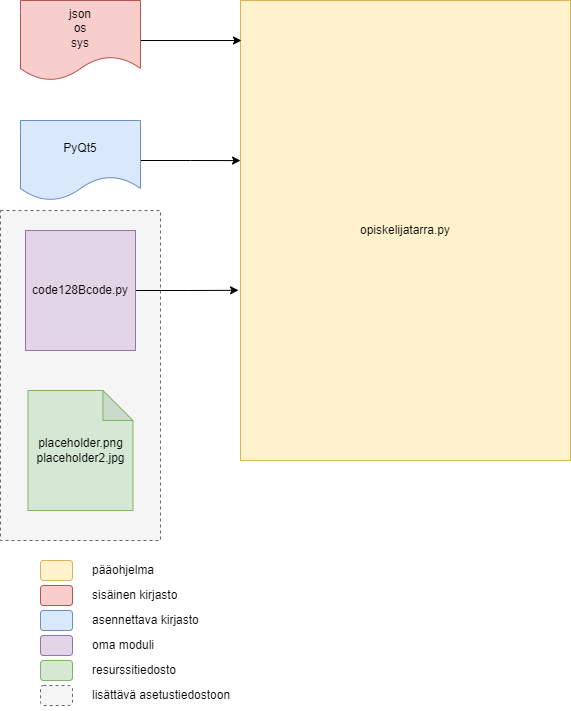
The draw.io diagram Modulikaavio.drawio.png in TiViOpetus/QtUIharjoituksia, before a commit. Source tidied: cells renumbered, new cells last; positions are measured from the earlier drawing's top-left corner, leaving out a move shared by most shapes.
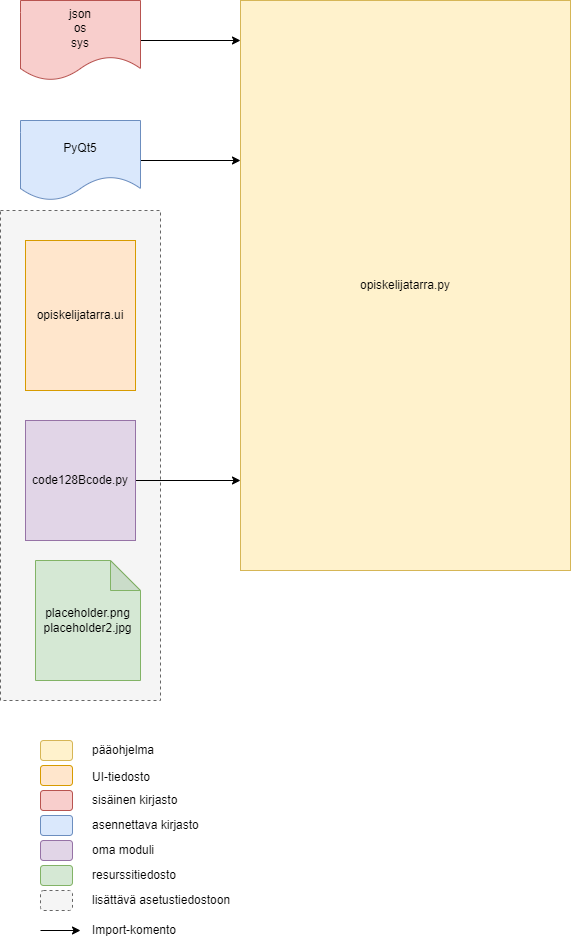
After the change.

Commit message:
Added picture of modules and libraries for distribution

The edit, as a diff of the source:
```diff
@@ -3,37 +3,49 @@
     <mxCell id="0" />
     <mxCell id="1" parent="0" />
     <mxCell id="2" style="rounded=0;whiteSpace=wrap;html=1;dashed=1;fillColor=#f5f5f5;fontColor=#333333;strokeColor=#666666;" parent="1" vertex="1">
-      <mxGeometry y="210" width="160" height="330" as="geometry" />
+      <mxGeometry y="5" width="160" height="490" as="geometry" />
     </mxCell>
     <mxCell id="3" value="opiskelijatarra.py" style="rounded=0;whiteSpace=wrap;html=1;fillColor=#fff2cc;strokeColor=#d6b656;" parent="1" vertex="1">
-      <mxGeometry x="240" width="330" height="460" as="geometry" />
+      <mxGeometry x="240" y="-205" width="330" height="570" as="geometry" />
     </mxCell>
-    <mxCell id="4" style="edgeStyle=orthogonalEdgeStyle;rounded=0;jettySize=auto;html=1;entryX=0;entryY=0.348;entryDx=0;entryDy=0;entryPerimeter=0;" parent="1" edge="1" source="5" target="3">
-      <mxGeometry relative="1" as="geometry" />
+    <mxCell id="4" style="edgeStyle=orthogonalEdgeStyle;rounded=0;jettySize=auto;html=1;" parent="1" edge="1" source="5">
+      <mxGeometry relative="1" as="geometry">
+        <mxPoint x="240" y="-45" as="targetPoint" />
+        <Array as="points">
+          <mxPoint x="240" y="-45" />
+        </Array>
+      </mxGeometry>
     </mxCell>
     <mxCell id="5" value="PyQt5" style="shape=document;whiteSpace=wrap;html=1;boundedLbl=1;fillColor=#dae8fc;strokeColor=#6c8ebf;" parent="1" vertex="1">
-      <mxGeometry x="20" y="120" width="120" height="80" as="geometry" />
+      <mxGeometry x="20" y="-85" width="120" height="80" as="geometry" />
     </mxCell>
-    <mxCell id="6" style="edgeStyle=orthogonalEdgeStyle;rounded=0;jettySize=auto;html=1;entryX=0.003;entryY=0.087;entryDx=0;entryDy=0;entryPerimeter=0;" parent="1" edge="1" source="7" target="3">
-      <mxGeometry relative="1" as="geometry" />
+    <mxCell id="6" style="edgeStyle=orthogonalEdgeStyle;rounded=0;jettySize=auto;html=1;" parent="1" edge="1" source="7">
+      <mxGeometry relative="1" as="geometry">
+        <mxPoint x="240" y="-165" as="targetPoint" />
+        <Array as="points">
+          <mxPoint x="241" y="-165" />
+        </Array>
+      </mxGeometry>
     </mxCell>
     <mxCell id="7" value="json&lt;br&gt;os&lt;br&gt;sys" style="shape=document;whiteSpace=wrap;html=1;boundedLbl=1;fillColor=#f8cecc;strokeColor=#b85450;" parent="1" vertex="1">
-      <mxGeometry x="20" width="120" height="80" as="geometry" />
+      <mxGeometry x="20" y="-205" width="120" height="80" as="geometry" />
     </mxCell>
-    <mxCell id="8" style="edgeStyle=orthogonalEdgeStyle;rounded=0;jettySize=auto;html=1;entryX=-0.006;entryY=0.63;entryDx=0;entryDy=0;entryPerimeter=0;" parent="1" edge="1" source="9" target="3">
-      <mxGeometry relative="1" as="geometry" />
+    <mxCell id="8" style="edgeStyle=orthogonalEdgeStyle;rounded=0;jettySize=auto;html=1;" parent="1" edge="1" source="9">
+      <mxGeometry relative="1" as="geometry">
+        <mxPoint x="240" y="275" as="targetPoint" />
+      </mxGeometry>
     </mxCell>
     <mxCell id="9" value="code128Bcode.py&lt;br&gt;" style="rounded=0;whiteSpace=wrap;html=1;fillColor=#e1d5e7;strokeColor=#9673a6;" parent="1" vertex="1">
-      <mxGeometry x="25" y="230" width="110" height="120" as="geometry" />
+      <mxGeometry x="25" y="215" width="110" height="120" as="geometry" />
     </mxCell>
     <mxCell id="10" value="placeholder.png&lt;br&gt;placeholder2.jpg" style="shape=note;whiteSpace=wrap;html=1;backgroundOutline=1;darkOpacity=0.05;fillColor=#d5e8d4;strokeColor=#82b366;" parent="1" vertex="1">
-      <mxGeometry x="27.5" y="390" width="105" height="120" as="geometry" />
+      <mxGeometry x="35" y="355" width="105" height="120" as="geometry" />
     </mxCell>
     <mxCell id="11" style="rounded=1;whiteSpace=wrap;html=1;fillColor=#fff2cc;strokeColor=#d6b656;" parent="1" vertex="1">
-      <mxGeometry x="40" y="560" width="32" height="20" as="geometry" />
+      <mxGeometry x="40" y="535" width="32" height="20" as="geometry" />
     </mxCell>
     <mxCell id="12" value="pääohjelma" style="text;html=1;strokeColor=none;fillColor=none;align=left;verticalAlign=middle;whiteSpace=wrap;rounded=0;" parent="1" vertex="1">
-      <mxGeometry x="90" y="555" width="60" height="30" as="geometry" />
+      <mxGeometry x="90" y="530" width="60" height="30" as="geometry" />
     </mxCell>
     <mxCell id="13" style="rounded=1;whiteSpace=wrap;html=1;fillColor=#dae8fc;strokeColor=#6c8ebf;" parent="1" vertex="1">
       <mxGeometry x="40" y="610" width="32" height="20" as="geometry" />
@@ -65,5 +77,23 @@
     <mxCell id="22" value="lisättävä asetustiedostoon" style="text;html=1;strokeColor=none;fillColor=none;align=left;verticalAlign=middle;whiteSpace=wrap;rounded=0;" parent="1" vertex="1">
       <mxGeometry x="90" y="680" width="160" height="30" as="geometry" />
     </mxCell>
+    <mxCell id="23" value="opiskelijatarra.ui" style="rounded=0;whiteSpace=wrap;html=1;fillColor=#ffe6cc;strokeColor=#d79b00;" parent="1" vertex="1">
+      <mxGeometry x="25" y="35" width="110" height="150" as="geometry" />
+    </mxCell>
+    <mxCell id="24" style="rounded=1;whiteSpace=wrap;html=1;fillColor=#ffe6cc;strokeColor=#d79b00;" parent="1" vertex="1">
+      <mxGeometry x="40" y="560" width="32" height="20" as="geometry" />
+    </mxCell>
+    <mxCell id="25" value="UI-tiedosto" style="text;html=1;strokeColor=none;fillColor=none;align=left;verticalAlign=middle;whiteSpace=wrap;rounded=0;" parent="1" vertex="1">
+      <mxGeometry x="90" y="557" width="90" height="30" as="geometry" />
+    </mxCell>
+    <mxCell id="26" style="endArrow=classic;html=1;rounded=0;" parent="1" edge="1">
+      <mxGeometry relative="1" as="geometry">
+        <mxPoint x="40" y="725" as="sourcePoint" />
+        <mxPoint x="80" y="725" as="targetPoint" />
+      </mxGeometry>
+    </mxCell>
+    <mxCell id="27" value="Import-komento" style="text;html=1;strokeColor=none;fillColor=none;align=left;verticalAlign=middle;whiteSpace=wrap;rounded=0;" parent="1" vertex="1">
+      <mxGeometry x="90" y="710" width="160" height="30" as="geometry" />
+    </mxCell>
   </root>
 </mxGraphModel>
```
